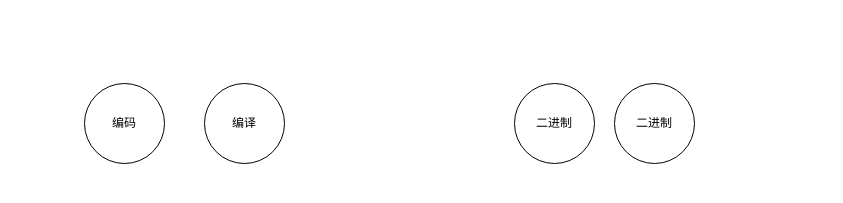
Before: 编译优化.drawio in WNTDJMHH/getskills, a draw.io diagram. Source tidied: cells renumbered, new cells numbered last; positions are measured from the earlier drawing's top-left corner, leaving out a move shared by most shapes. Both pictures are drawn from the tidied source at 100%, with x=0, y=0 at pixel (84, 83).
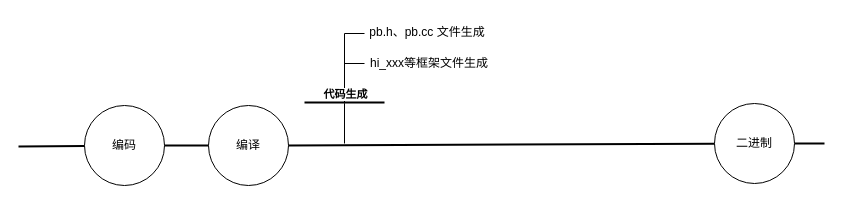
The same diagram, later.

Commit message:
更新编译优化.drawio

Diff of the diagram source:
```diff
@@
+    <mxCell id="6" style="endArrow=none;html=1;rounded=0;startArrow=none;strokeWidth=2;" parent="1" edge="1" source="4">
+      <mxGeometry relative="1" as="geometry">
+        <mxPoint x="740" y="60" as="targetPoint" />
+      </mxGeometry>
+    </mxCell>
     <mxCell id="2" value="编码" style="ellipse;whiteSpace=wrap;html=1;" parent="1" vertex="1">
-      <mxGeometry width="80" height="80" as="geometry" />
+      <mxGeometry y="22" width="80" height="80" as="geometry" />
     </mxCell>
+    <mxCell id="7" style="endArrow=none;html=1;rounded=0;strokeWidth=2;" parent="1" edge="1" target="2">
+      <mxGeometry relative="1" as="geometry">
+        <mxPoint x="-66" y="63" as="sourcePoint" />
+      </mxGeometry>
+    </mxCell>
     <mxCell id="3" value="编译" style="ellipse;whiteSpace=wrap;html=1;" parent="1" vertex="1">
-      <mxGeometry x="120" width="80" height="80" as="geometry" />
+      <mxGeometry x="124" y="22" width="80" height="80" as="geometry" />
     </mxCell>
+    <mxCell id="8" style="endArrow=none;html=1;rounded=0;startArrow=none;strokeWidth=2;" parent="1" edge="1" source="2" target="3">
+      <mxGeometry relative="1" as="geometry" />
+    </mxCell>
-    <mxCell id="4" value="二进制" style="ellipse;whiteSpace=wrap;html=1;" parent="1" vertex="1">
-      <mxGeometry x="430" width="80" height="80" as="geometry" />
+    <mxCell id="4" value="二进制" style="ellipse;whiteSpace=wrap;html=1;fillColor=default;" parent="1" vertex="1">
+      <mxGeometry x="630" y="20" width="80" height="80" as="geometry" />
     </mxCell>
-    <mxCell id="5" value="二进制" style="ellipse;whiteSpace=wrap;html=1;" parent="1" vertex="1">
-      <mxGeometry x="530" width="80" height="80" as="geometry" />
-    </mxCell>
+    <mxCell id="9" style="endArrow=none;html=1;rounded=0;startArrow=none;strokeWidth=2;" parent="1" edge="1" source="3" target="4">
+      <mxGeometry relative="1" as="geometry" />
+    </mxCell>
+    <mxCell id="10" style="endArrow=none;html=1;rounded=0;endSize=7;strokeWidth=2;" parent="1" edge="1">
+      <mxGeometry relative="1" as="geometry">
+        <mxPoint x="220" y="19" as="sourcePoint" />
+        <mxPoint x="300" y="19" as="targetPoint" />
+      </mxGeometry>
+    </mxCell>
+    <mxCell id="11" style="endArrow=none;html=1;rounded=0;strokeWidth=1;" parent="1" edge="1">
+      <mxGeometry relative="1" as="geometry">
+        <mxPoint x="260" y="60" as="sourcePoint" />
+        <mxPoint x="260" y="20" as="targetPoint" />
+      </mxGeometry>
+    </mxCell>
+    <mxCell id="12" style="endArrow=none;html=1;rounded=0;strokeWidth=1;endSize=7;" parent="1" edge="1">
+      <mxGeometry relative="1" as="geometry">
+        <mxPoint x="260" y="20" as="sourcePoint" />
+        <mxPoint x="260" y="-50" as="targetPoint" />
+      </mxGeometry>
+    </mxCell>
+    <mxCell id="13" value="&lt;b&gt;代码生成&lt;/b&gt;" style="edgeLabel;html=1;align=center;verticalAlign=middle;" parent="12" vertex="1">
+      <mxGeometry x="-0.85" y="1" relative="1" as="geometry">
+        <mxPoint x="1" y="-5" as="offset" />
+      </mxGeometry>
+    </mxCell>
+    <mxCell id="14" style="endArrow=none;html=1;rounded=0;strokeWidth=1;endSize=7;" parent="1" edge="1">
+      <mxGeometry relative="1" as="geometry">
+        <mxPoint x="260" y="-20" as="sourcePoint" />
+        <mxPoint x="280" y="-20" as="targetPoint" />
+      </mxGeometry>
+    </mxCell>
+    <mxCell id="15" style="endArrow=none;html=1;rounded=0;strokeWidth=1;endSize=7;" parent="1" edge="1">
+      <mxGeometry relative="1" as="geometry">
+        <mxPoint x="260" y="-50" as="sourcePoint" />
+        <mxPoint x="280" y="-50" as="targetPoint" />
+      </mxGeometry>
+    </mxCell>
+    <mxCell id="16" value="pb.h、pb.cc 文件生成" style="text;html=1;strokeColor=none;fillColor=none;align=center;verticalAlign=middle;whiteSpace=wrap;rounded=0;" parent="1" vertex="1">
+      <mxGeometry x="278" y="-66" width="130" height="30" as="geometry" />
+    </mxCell>
+    <mxCell id="17" value="hi_xxx等框架文件生成" style="text;html=1;strokeColor=none;fillColor=none;align=center;verticalAlign=middle;whiteSpace=wrap;rounded=0;" parent="1" vertex="1">
+      <mxGeometry x="280" y="-35" width="130" height="30" as="geometry" />
+    </mxCell>
```
